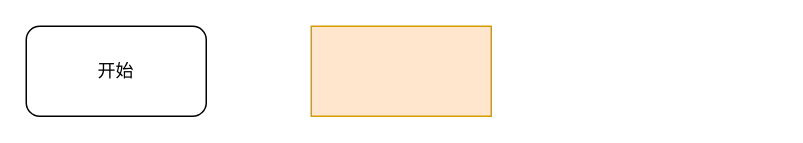
This is 群秋CRM还款交互.drawio from Jie33/draw, a draw.io file, before an edit. Source tidied: cells renumbered, new cells numbered last; positions are measured from the earlier drawing's top-left corner, leaving out a move shared by most shapes. Both pictures are drawn from the tidied source at 150%, with x=0, y=0 at pixel (26, 26).
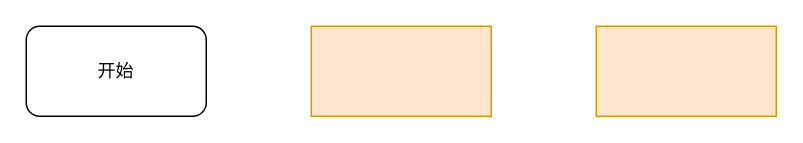
Above is the later version.

Commit message (it also covers changes not shown here):
更新群秋CRM还款交互.drawio

The edit, as a diff of the source:
```diff
@@
 <mxGraphModel>
   <root>
     <mxCell id="0" />
     <mxCell id="1" parent="0" />
     <mxCell id="2" style="rounded=0;whiteSpace=wrap;html=1;fillColor=#ffe6cc;strokeColor=#d79b00;" parent="1" vertex="1">
       <mxGeometry x="190" width="120" height="60" as="geometry" />
     </mxCell>
     <mxCell id="3" value="开始" style="rounded=1;whiteSpace=wrap;html=1;" parent="1" vertex="1">
       <mxGeometry width="120" height="60" as="geometry" />
     </mxCell>
+    <mxCell id="4" style="rounded=0;whiteSpace=wrap;html=1;fillColor=#ffe6cc;strokeColor=#d79b00;" parent="1" vertex="1">
+      <mxGeometry x="380" width="120" height="60" as="geometry" />
+    </mxCell>
   </root>
 </mxGraphModel>
```
